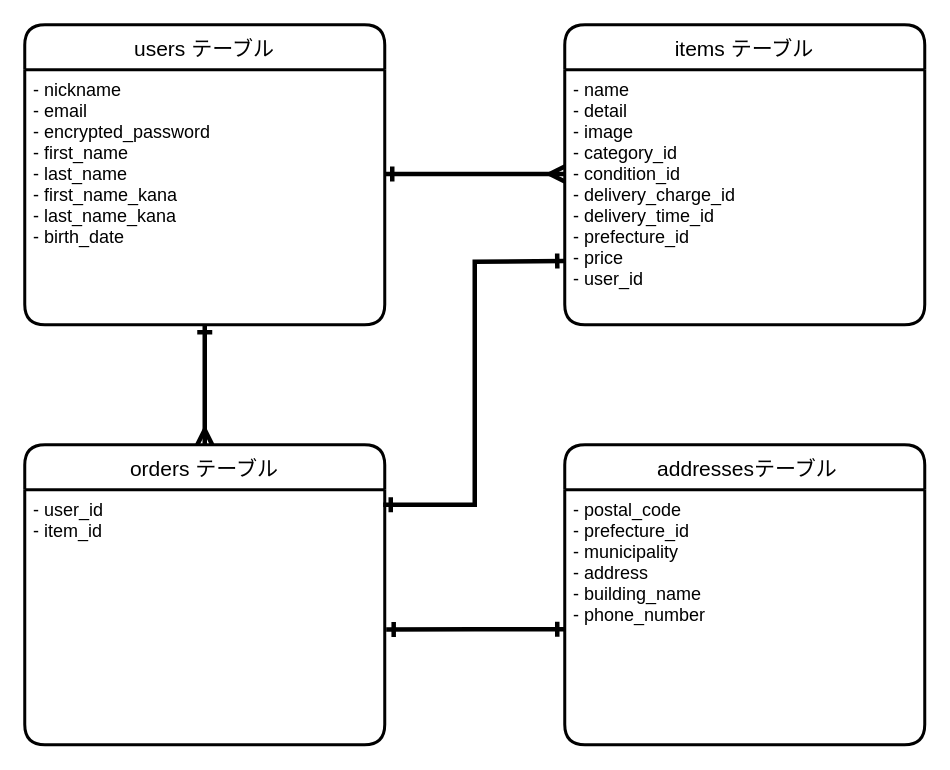
hayakawa01/furima-35694 keeps this draw.io diagram as ER.dio. Above is the earlier version. Source tidied: cells renumbered, new cells numbered last; positions are measured from the earlier drawing's top-left corner, leaving out a move shared by most shapes. Both pictures are drawn from the tidied source at 150%, with x=0, y=0 at pixel (24, 24).
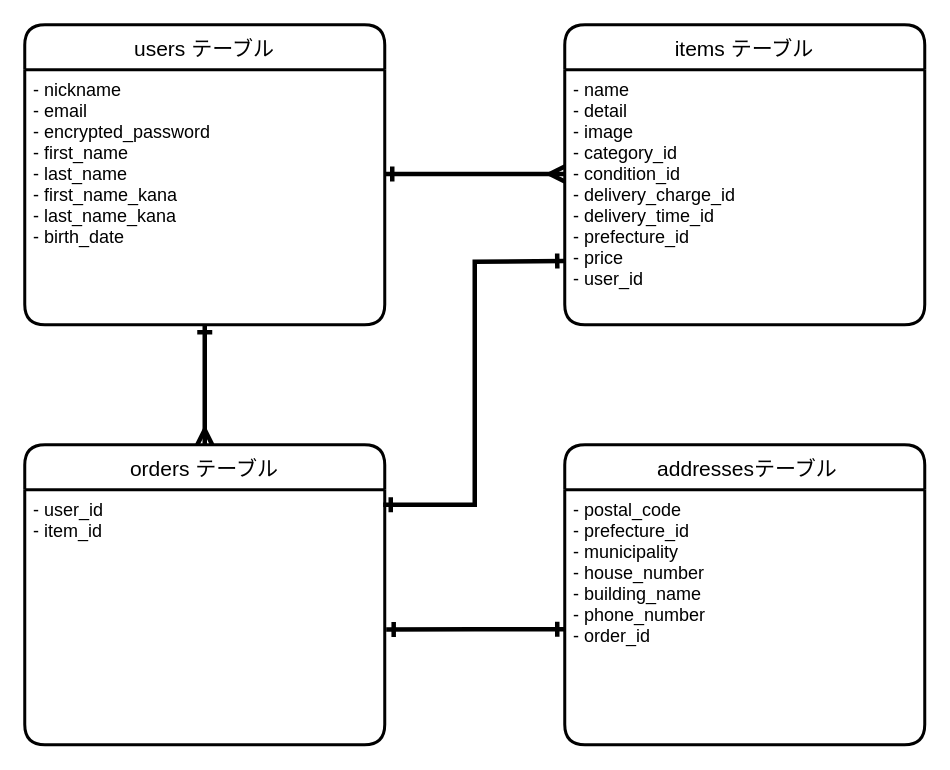
The same diagram, later.

Commit message:
修正③　ER図

Unchanged cells that the change refers to:
```xml
<mxCell id="6" value=" addressesテーブル" style="swimlane;horizontal=1;startSize=30;rounded=1;fontSize=14;fontStyle=0;strokeWidth=2;shadow=0;dashed=0;align=center;" parent="1" vertex="1">
  <mxGeometry x="360" y="280" width="240" height="200" as="geometry" />
</mxCell>
```

The edit, as a diff of the source:
```diff
@@
-    <mxCell id="7" value="- postal_code&#10;- prefecture_id&#10;- municipality&#10;- address&#10;- building_name&#10;- phone_number" style="align=left;strokeColor=none;fillColor=none;spacingLeft=4;fontSize=12;verticalAlign=top;" parent="6" vertex="1">
+    <mxCell id="7" value="- postal_code&#10;- prefecture_id&#10;- municipality&#10;- house_number&#10;- building_name&#10;- phone_number&#10;- order_id" style="align=left;strokeColor=none;fillColor=none;spacingLeft=4;fontSize=12;verticalAlign=top;" parent="6" vertex="1">
       <mxGeometry y="30" width="240" height="170" as="geometry" />
     </mxCell>
```
